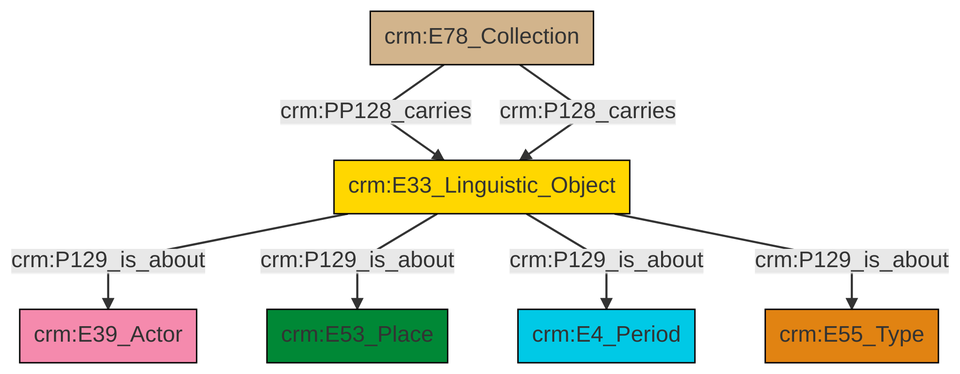
Above: et/archivalCSV/ttl/mmd/png/archival_aboutness.png in swiss-art-research-net/docs.swissartresearch (Mermaid), before the change. Its source is kept beside it as et/archivalCSV/ttl/mmd/archival_aboutness.ttl.mmd.
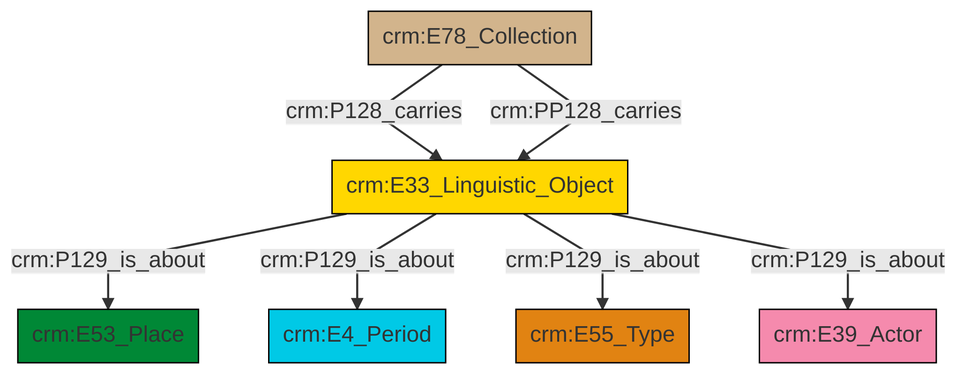
After the change.

Diff of the diagram source:
```diff
@@ -13,9 +13,9 @@
 classDef PC_Classes fill:#4ce600, stroke:#000000;
 classDef Multi fill:#cccccc,stroke:#000000;
 
-0["crm:E33_Linguistic_Object"]:::Conceptual_Object -->|crm:P129_is_about| 1["crm:E39_Actor"]:::Actor
-0["crm:E33_Linguistic_Object"]:::Conceptual_Object -->|crm:P129_is_about| 2["crm:E53_Place"]:::Place
-3["crm:E78_Collection"]:::Physical_Thing -->|crm:PP128_carries| 0["crm:E33_Linguistic_Object"]:::Conceptual_Object
-0["crm:E33_Linguistic_Object"]:::Conceptual_Object -->|crm:P129_is_about| 8["crm:E4_Period"]:::Temporal_Entity
-3["crm:E78_Collection"]:::Physical_Thing -->|crm:P128_carries| 0["crm:E33_Linguistic_Object"]:::Conceptual_Object
-0["crm:E33_Linguistic_Object"]:::Conceptual_Object -->|crm:P129_is_about| 6["crm:E55_Type"]:::Type
+4["crm:E33_Linguistic_Object"]:::Conceptual_Object -->|crm:P129_is_about| 0["crm:E53_Place"]:::Place
+4["crm:E33_Linguistic_Object"]:::Conceptual_Object -->|crm:P129_is_about| 5["crm:E4_Period"]:::Temporal_Entity
+6["crm:E78_Collection"]:::Physical_Thing -->|crm:P128_carries| 4["crm:E33_Linguistic_Object"]:::Conceptual_Object
+4["crm:E33_Linguistic_Object"]:::Conceptual_Object -->|crm:P129_is_about| 9["crm:E55_Type"]:::Type
+4["crm:E33_Linguistic_Object"]:::Conceptual_Object -->|crm:P129_is_about| 2["crm:E39_Actor"]:::Actor
+6["crm:E78_Collection"]:::Physical_Thing -->|crm:PP128_carries| 4["crm:E33_Linguistic_Object"]:::Conceptual_Object
```
